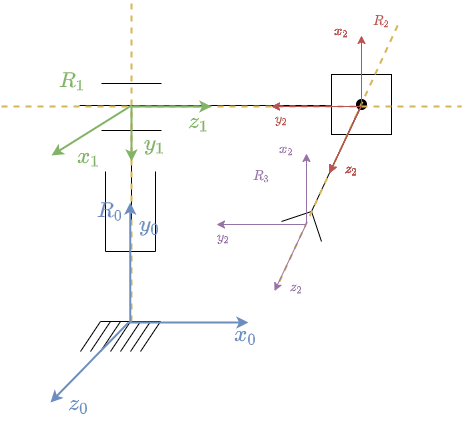
This is images/DH_ROBOT/CARTERSIANO.png from EffiRepo/RI_2122, a draw.io export, as it was before one commit. Source tidied: cells renumbered, new cells last; positions are measured from the earlier drawing's top-left corner, leaving out a move shared by most shapes.
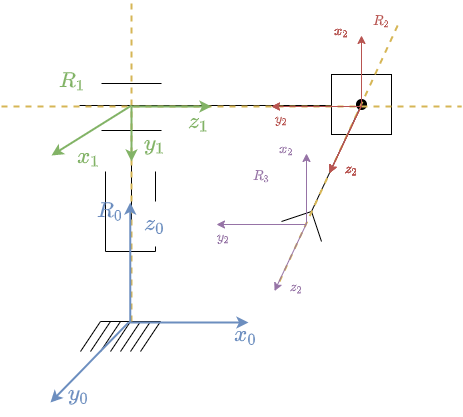
Later version of the same file.

What changed in the source:
```diff
@@ -62,9 +62,8 @@
         <mxPoint x="154" y="250" as="targetPoint" />
       </mxGeometry>
     </mxCell>
-    <mxCell id="12" style="endArrow=none;html=1;" parent="1" edge="1">
+    <mxCell id="12" style="endArrow=none;html=1;startArrow=none;" parent="1" edge="1" source="26">
       <mxGeometry relative="1" as="geometry">
-        <mxPoint x="154" y="250" as="sourcePoint" />
         <mxPoint x="154" y="170" as="targetPoint" />
       </mxGeometry>
     </mxCell>
@@ -140,11 +139,6 @@
         <mxPoint x="398" y="20" as="targetPoint" />
       </mxGeometry>
     </mxCell>
-    <object id="26" label="&lt;font style=&quot;font-size: 19px&quot; color=&quot;#6c8ebf&quot;&gt;\(z_{0}\)&lt;/font&gt;" name="Variable" placeholders="1">
-      <mxCell style="text;html=1;strokeColor=none;fillColor=none;align=center;verticalAlign=middle;whiteSpace=wrap;overflow=hidden;" parent="1" vertex="1">
-        <mxGeometry x="40" y="380" width="76" height="45" as="geometry" />
-      </mxCell>
-    </object>
     <mxCell id="27" style="endArrow=classic;html=1;strokeWidth=2;fillColor=#e1d5e7;strokeColor=#6C8EBF;" parent="1" edge="1">
       <mxGeometry relative="1" as="geometry">
         <mxPoint x="127" y="321" as="sourcePoint" />
@@ -164,7 +158,7 @@
     </object>
     <object id="30" label="&lt;font style=&quot;font-size: 19px&quot; color=&quot;#6c8ebf&quot;&gt;\(y_{0}\)&lt;/font&gt;" name="Variable" placeholders="1">
       <mxCell style="text;html=1;strokeColor=none;fillColor=none;align=center;verticalAlign=middle;whiteSpace=wrap;overflow=hidden;" parent="1" vertex="1">
-        <mxGeometry x="111" y="201" width="76" height="45" as="geometry" />
+        <mxGeometry x="40" y="370" width="76" height="45" as="geometry" />
       </mxCell>
     </object>
     <mxCell id="31" value="&lt;font style=&quot;font-size: 18px&quot; color=&quot;#6c8ebf&quot;&gt;\(R_{0}\)&lt;/font&gt;" style="text;html=1;align=center;verticalAlign=middle;strokeColor=none;fillColor=none;" parent="1" vertex="1">
@@ -299,5 +293,15 @@
     <mxCell id="59" value="&lt;font color=&quot;#9673a6&quot;&gt;\(y_{2}\)&lt;/font&gt;" style="text;html=1;align=center;verticalAlign=middle;strokeColor=none;fillColor=none;fontColor=#82B366;" parent="1" vertex="1">
       <mxGeometry x="192" y="226" width="60" height="20" as="geometry" />
     </mxCell>
+    <object id="26" label="&lt;font style=&quot;font-size: 19px&quot; color=&quot;#6c8ebf&quot;&gt;\(z_{0}\)&lt;/font&gt;" name="Variable" placeholders="1">
+      <mxCell style="text;html=1;strokeColor=none;fillColor=none;align=center;verticalAlign=middle;whiteSpace=wrap;overflow=hidden;" parent="1" vertex="1">
+        <mxGeometry x="116" y="200" width="76" height="45" as="geometry" />
+      </mxCell>
+    </object>
+    <mxCell id="60" style="endArrow=none;html=1;" parent="1" edge="1" target="26">
+      <mxGeometry relative="1" as="geometry">
+        <mxPoint x="154" y="250" as="sourcePoint" />
+      </mxGeometry>
+    </mxCell>
   </root>
 </mxGraphModel>
```
